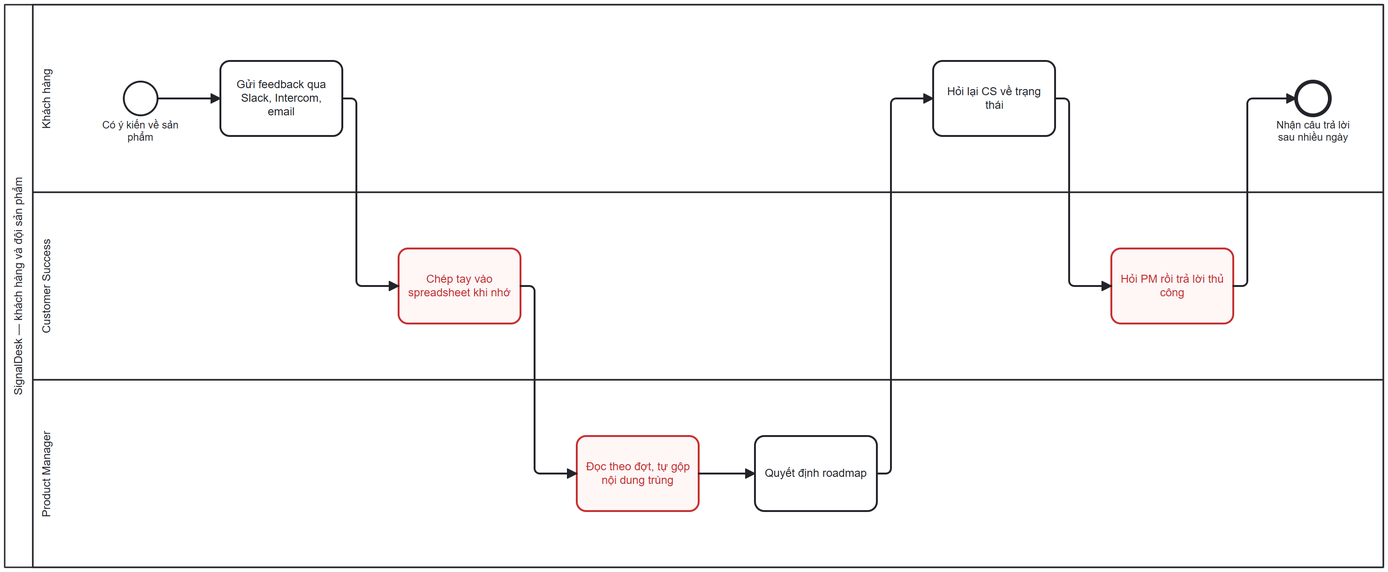
This is BA-agent/BA-Documents-Product/diagrams/feedback-asis.png from sonbui31/BA-studies, a BPMN export, as it was before one commit. Its source is kept beside it as BA-agent/BA-Documents-Product/diagrams/feedback-asis.bpmn. Ids are renumbered.
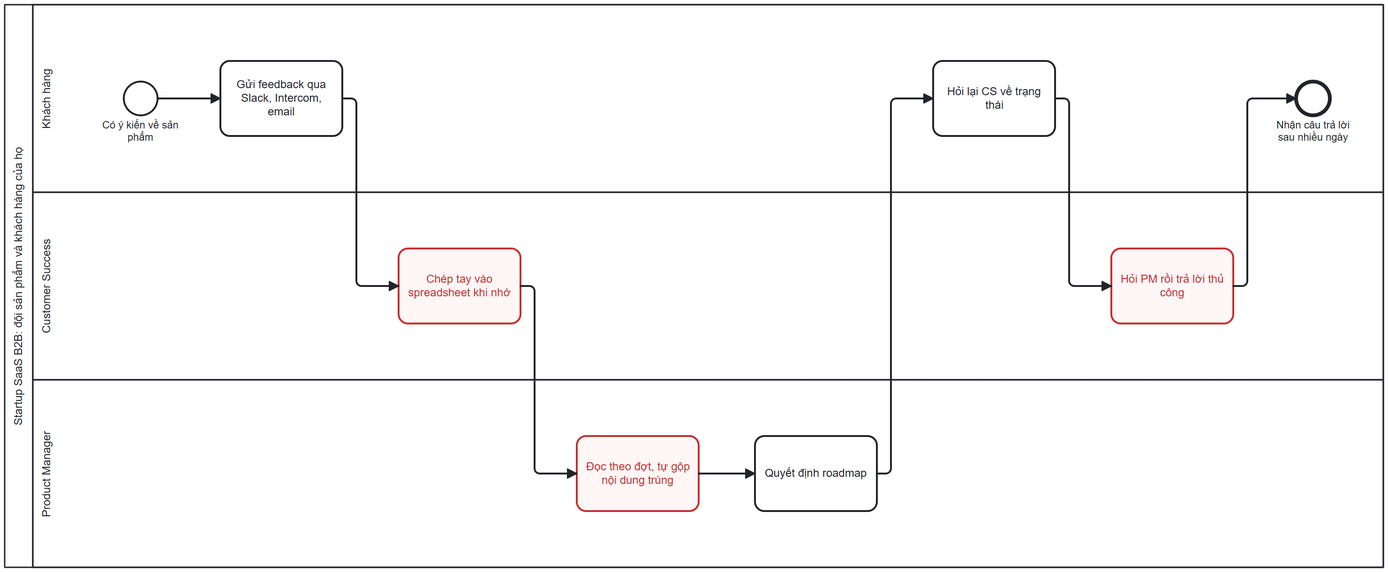
Above is the later version.

What changed in the source:
```diff
@@ -1,6 +1,6 @@
 <bpmn:definitions xmlns:bpmn="http://www.omg.org/spec/BPMN/20100524/MODEL" xmlns:bpmndi="http://www.omg.org/spec/BPMN/20100524/DI" xmlns:dc="http://www.omg.org/spec/DD/20100524/DC" xmlns:di="http://www.omg.org/spec/DD/20100524/DI" xmlns:bioc="http://bpmn.io/schema/bpmn/biocolor/1.0" xmlns:color="http://www.omg.org/spec/BPMN/non-normative/color/1.0" id="Definitions_feedback_asis" targetNamespace="http://bpmn.io/schema/bpmn" exporter="BA-agent bpmn_tool.py" exporterVersion="1.0">
   <bpmn:collaboration id="Collaboration_feedback_asis">
-    <bpmn:participant id="Participant_feedback_asis" name="SignalDesk — khách hàng và đội sản phẩm" processRef="Process_feedback_asis" />
+    <bpmn:participant id="Participant_feedback_asis" name="Startup SaaS B2B: đội sản phẩm và khách hàng của họ" processRef="Process_feedback_asis" />
   </bpmn:collaboration>
   <bpmn:process id="Process_feedback_asis" name="As-Is: Thu và phản hồi feedback khách hàng" isExecutable="false">
     <bpmn:laneSet id="LaneSet_feedback_asis">
```
